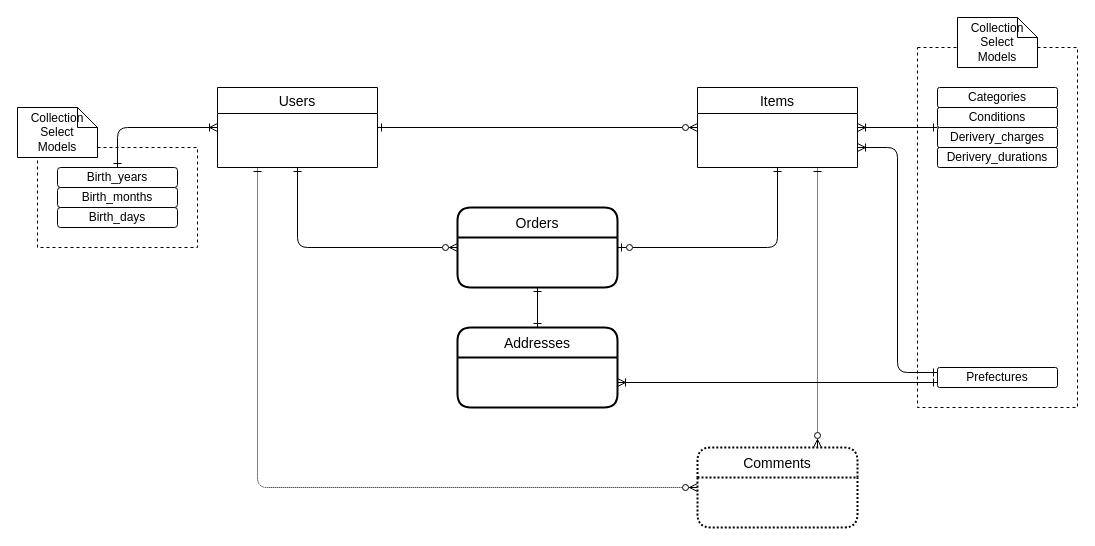
The draw.io diagram db_blueprint.dio in tkhstty/furima-38144, before the edit. Source tidied: cells renumbered, new cells numbered last; positions are measured from the earlier drawing's top-left corner, leaving out a move shared by most shapes. Both pictures are drawn from the tidied source at 100%, with x=0, y=0 at pixel (17, 17).
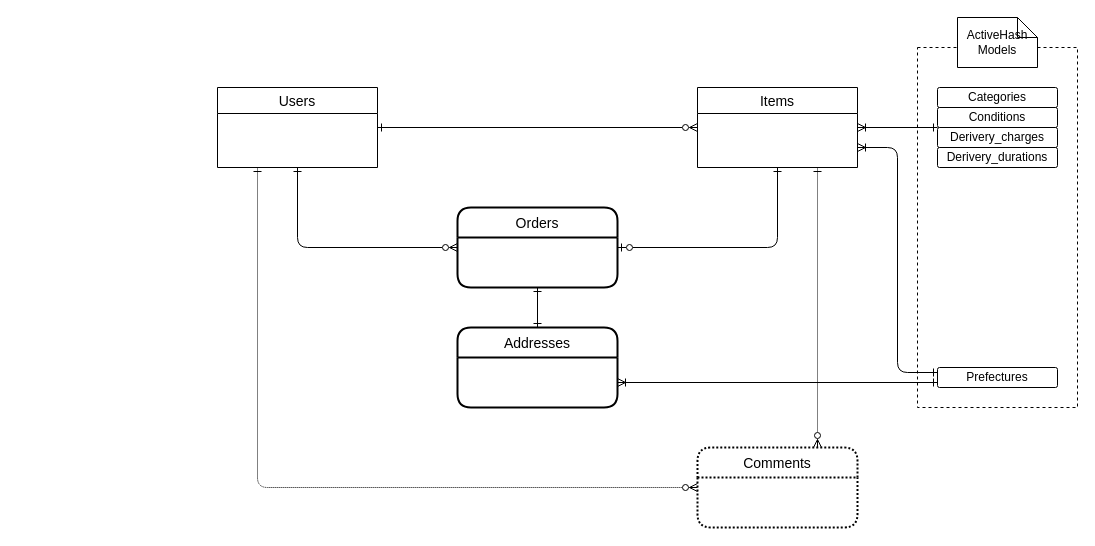
The same diagram, later.

Commit message (it also covers changes not shown here):
プルリクエストの修正依頼反映

https://github.com/tkhstty/furima-38144/pull/12

The change refers to these unchanged cells:
```xml
<mxCell id="9" value="Users" style="swimlane;fontStyle=0;horizontal=1;startSize=26;align=center;fontSize=14;" parent="1" vertex="1">
  <mxGeometry x="200" y="70" width="160" height="80" as="geometry" />
</mxCell>
```

What changed in the source:
```diff
@@
-    <mxCell id="2" style="rounded=0;whiteSpace=wrap;html=1;fillColor=none;dashed=1;" parent="1" vertex="1">
-      <mxGeometry x="20" y="130" width="160" height="100" as="geometry" />
-    </mxCell>
@@
-    <mxCell id="14" style="edgeStyle=none;html=1;exitX=0.5;exitY=0;exitDx=0;exitDy=0;startArrow=ERone;startFill=0;endArrow=ERoneToMany;endFill=0;entryX=0;entryY=0.5;entryDx=0;entryDy=0;" parent="1" edge="1" source="15" target="9">
-      <mxGeometry relative="1" as="geometry">
-        <Array as="points">
-          <mxPoint x="100" y="110" />
-        </Array>
-      </mxGeometry>
-    </mxCell>
-    <mxCell id="15" value="Birth_years" style="whiteSpace=wrap;html=1;align=center;rounded=1;" parent="1" vertex="1">
-      <mxGeometry x="40" y="150" width="120" height="20" as="geometry" />
-    </mxCell>
-    <mxCell id="16" value="Birth_days" style="whiteSpace=wrap;html=1;align=center;rounded=1;" parent="1" vertex="1">
-      <mxGeometry x="40" y="190" width="120" height="20" as="geometry" />
-    </mxCell>
-    <mxCell id="17" value="Birth_months" style="whiteSpace=wrap;html=1;align=center;rounded=1;" parent="1" vertex="1">
-      <mxGeometry x="40" y="170" width="120" height="20" as="geometry" />
-    </mxCell>
@@
-    <mxCell id="26" value="Collection&lt;br&gt;Select&lt;br&gt;Models" style="shape=note;size=20;whiteSpace=wrap;html=1;rounded=1;" parent="1" vertex="1">
+    <mxCell id="26" value="ActiveHash&lt;br&gt;Models" style="shape=note;size=20;whiteSpace=wrap;html=1;rounded=1;" parent="1" vertex="1">
       <mxGeometry x="940" width="80" height="50" as="geometry" />
     </mxCell>
-    <mxCell id="27" value="Collection&lt;br&gt;Select&lt;br&gt;Models" style="shape=note;size=20;whiteSpace=wrap;html=1;rounded=1;" parent="1" vertex="1">
-      <mxGeometry y="90" width="80" height="50" as="geometry" />
-    </mxCell>
```
